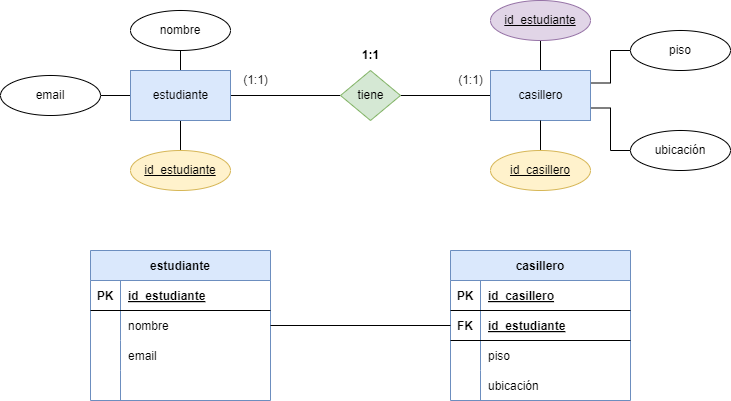
Earlier version of the draw.io export tareas/Unidad-2/tarea-3/images/ejercicio2.drawio.png (aguemarrero/base-datos). Source tidied: cells renumbered, new cells last; positions are measured from the earlier drawing's top-left corner, leaving out a move shared by most shapes. Its diagram source:
```xml
<mxGraphModel>
  <root>
    <mxCell id="0" />
    <mxCell id="1" parent="0" />
    <mxCell id="2" style="edgeStyle=none;html=1;exitX=1;exitY=0.5;exitDx=0;exitDy=0;rounded=0;endArrow=none;endFill=0;" parent="1" edge="1" source="6" target="8">
      <mxGeometry relative="1" as="geometry" />
    </mxCell>
    <mxCell id="3" style="edgeStyle=none;rounded=0;html=1;exitX=0.5;exitY=1;exitDx=0;exitDy=0;endArrow=none;endFill=0;" parent="1" edge="1" source="6" target="16">
      <mxGeometry relative="1" as="geometry" />
    </mxCell>
    <mxCell id="4" style="edgeStyle=none;rounded=0;html=1;exitX=0.5;exitY=0;exitDx=0;exitDy=0;endArrow=none;endFill=0;" parent="1" edge="1" source="6" target="17">
      <mxGeometry relative="1" as="geometry" />
    </mxCell>
    <mxCell id="5" style="edgeStyle=none;rounded=0;html=1;exitX=0;exitY=0.5;exitDx=0;exitDy=0;endArrow=none;endFill=0;" parent="1" edge="1" source="6" target="18">
      <mxGeometry relative="1" as="geometry" />
    </mxCell>
    <mxCell id="6" value="estudiante" style="html=1;dashed=0;whitespace=wrap;fillColor=#dae8fc;strokeColor=#6c8ebf;" parent="1" vertex="1">
      <mxGeometry x="130" y="70" width="100" height="50" as="geometry" />
    </mxCell>
    <mxCell id="7" style="edgeStyle=none;rounded=0;html=1;exitX=1;exitY=0.5;exitDx=0;exitDy=0;entryX=0;entryY=0.5;entryDx=0;entryDy=0;endArrow=none;endFill=0;" parent="1" edge="1" source="8" target="12">
      <mxGeometry relative="1" as="geometry" />
    </mxCell>
    <mxCell id="8" value="tiene" style="shape=rhombus;html=1;dashed=0;whitespace=wrap;perimeter=rhombusPerimeter;fillColor=#d5e8d4;strokeColor=#82b366;" parent="1" vertex="1">
      <mxGeometry x="340" y="70" width="60" height="50" as="geometry" />
    </mxCell>
    <mxCell id="9" style="edgeStyle=none;rounded=0;html=1;exitX=0.5;exitY=0;exitDx=0;exitDy=0;entryX=0.5;entryY=1;entryDx=0;entryDy=0;endArrow=none;endFill=0;" parent="1" edge="1" source="12" target="21">
      <mxGeometry relative="1" as="geometry" />
    </mxCell>
    <mxCell id="10" style="edgeStyle=orthogonalEdgeStyle;rounded=0;html=1;exitX=1;exitY=0.25;exitDx=0;exitDy=0;endArrow=none;endFill=0;entryX=0;entryY=0.5;entryDx=0;entryDy=0;" parent="1" edge="1" source="12" target="22">
      <mxGeometry relative="1" as="geometry" />
    </mxCell>
    <mxCell id="11" style="edgeStyle=orthogonalEdgeStyle;rounded=0;html=1;exitX=1;exitY=0.75;exitDx=0;exitDy=0;entryX=0;entryY=0.5;entryDx=0;entryDy=0;endArrow=none;endFill=0;" parent="1" edge="1" source="12" target="23">
      <mxGeometry relative="1" as="geometry" />
    </mxCell>
    <mxCell id="12" value="casillero" style="html=1;dashed=0;whitespace=wrap;fillColor=#dae8fc;strokeColor=#6c8ebf;" parent="1" vertex="1">
      <mxGeometry x="490" y="70" width="100" height="50" as="geometry" />
    </mxCell>
    <mxCell id="13" value="(1:1)" style="text;html=1;align=center;verticalAlign=middle;strokeColor=none;fillColor=none;" parent="1" vertex="1">
      <mxGeometry x="445" y="65" width="50" height="30" as="geometry" />
    </mxCell>
    <mxCell id="14" value="(1:1)" style="text;html=1;align=center;verticalAlign=middle;strokeColor=none;fillColor=none;" parent="1" vertex="1">
      <mxGeometry x="230" y="65" width="50" height="30" as="geometry" />
    </mxCell>
    <mxCell id="15" value="&lt;b&gt;1:1&lt;/b&gt;" style="text;html=1;align=center;verticalAlign=middle;strokeColor=none;fillColor=none;" parent="1" vertex="1">
      <mxGeometry x="350" y="40" width="40" height="30" as="geometry" />
    </mxCell>
    <mxCell id="16" value="id_estudiante" style="ellipse;whiteSpace=wrap;html=1;align=center;fontStyle=4;fillColor=#fff2cc;strokeColor=#d6b656;" parent="1" vertex="1">
      <mxGeometry x="130" y="150" width="100" height="40" as="geometry" />
    </mxCell>
    <mxCell id="17" value="nombre" style="ellipse;whiteSpace=wrap;html=1;align=center;" parent="1" vertex="1">
      <mxGeometry x="130" y="10" width="100" height="40" as="geometry" />
    </mxCell>
    <mxCell id="18" value="email" style="ellipse;whiteSpace=wrap;html=1;align=center;" parent="1" vertex="1">
      <mxGeometry y="75" width="100" height="40" as="geometry" />
    </mxCell>
    <mxCell id="19" style="edgeStyle=none;rounded=0;html=1;endArrow=none;endFill=0;" parent="1" edge="1" source="20" target="12">
      <mxGeometry relative="1" as="geometry" />
    </mxCell>
    <mxCell id="20" value="id_casillero" style="ellipse;whiteSpace=wrap;html=1;align=center;fontStyle=4;fillColor=#fff2cc;strokeColor=#d6b656;" parent="1" vertex="1">
      <mxGeometry x="490" y="150" width="100" height="40" as="geometry" />
    </mxCell>
    <mxCell id="21" value="id_estudiante" style="ellipse;whiteSpace=wrap;html=1;align=center;fontStyle=4;fillColor=#e1d5e7;strokeColor=#9673a6;" parent="1" vertex="1">
      <mxGeometry x="490" width="100" height="40" as="geometry" />
    </mxCell>
    <mxCell id="22" value="piso&lt;br&gt;" style="ellipse;whiteSpace=wrap;html=1;align=center;" parent="1" vertex="1">
      <mxGeometry x="630" y="30" width="100" height="40" as="geometry" />
    </mxCell>
    <mxCell id="23" value="ubicación" style="ellipse;whiteSpace=wrap;html=1;align=center;" parent="1" vertex="1">
      <mxGeometry x="630" y="130" width="100" height="40" as="geometry" />
    </mxCell>
    <mxCell id="24" value="estudiante" style="shape=table;startSize=30;rowLines=0;fontStyle=1;align=center;fillColor=#dae8fc;strokeColor=#6c8ebf;" parent="1" vertex="1">
      <mxGeometry x="90" y="250" width="180" height="150" as="geometry" />
    </mxCell>
    <mxCell id="25" style="shape=tableRow;horizontal=0;startSize=0;swimlaneHead=0;swimlaneBody=0;fillColor=none;top=0;left=0;right=0;bottom=1;" parent="24" vertex="1">
      <mxGeometry y="30" width="180" height="30" as="geometry" />
    </mxCell>
    <mxCell id="26" value="PK" style="shape=partialRectangle;fillColor=none;top=0;left=0;bottom=0;right=0;fontStyle=1;overflow=hidden;" parent="25" vertex="1">
      <mxGeometry width="30" height="30" as="geometry" />
    </mxCell>
    <mxCell id="27" value="id_estudiante" style="shape=partialRectangle;fillColor=none;top=0;left=0;bottom=0;right=0;align=left;spacingLeft=6;fontStyle=5;overflow=hidden;" parent="25" vertex="1">
      <mxGeometry x="30" width="150" height="30" as="geometry" />
    </mxCell>
    <mxCell id="28" style="shape=tableRow;horizontal=0;startSize=0;swimlaneHead=0;swimlaneBody=0;fillColor=none;points=[[0,0.5],[1,0.5]];portConstraint=eastwest;top=0;left=0;right=0;bottom=0;" parent="24" vertex="1">
      <mxGeometry y="60" width="180" height="30" as="geometry" />
    </mxCell>
    <mxCell id="29" style="shape=partialRectangle;fillColor=none;top=0;left=0;bottom=0;right=0;overflow=hidden;" parent="28" vertex="1">
      <mxGeometry width="30" height="30" as="geometry" />
    </mxCell>
    <mxCell id="30" value="nombre" style="shape=partialRectangle;fillColor=none;top=0;left=0;bottom=0;right=0;align=left;spacingLeft=6;overflow=hidden;" parent="28" vertex="1">
      <mxGeometry x="30" width="150" height="30" as="geometry" />
    </mxCell>
    <mxCell id="31" style="shape=tableRow;horizontal=0;startSize=0;swimlaneHead=0;swimlaneBody=0;fillColor=none;top=0;left=0;right=0;bottom=0;" parent="24" vertex="1">
      <mxGeometry y="90" width="180" height="30" as="geometry" />
    </mxCell>
    <mxCell id="32" style="shape=partialRectangle;fillColor=none;top=0;left=0;bottom=0;right=0;overflow=hidden;" parent="31" vertex="1">
      <mxGeometry width="30" height="30" as="geometry" />
    </mxCell>
    <mxCell id="33" value="email" style="shape=partialRectangle;fillColor=none;top=0;left=0;bottom=0;right=0;align=left;spacingLeft=6;overflow=hidden;" parent="31" vertex="1">
      <mxGeometry x="30" width="150" height="30" as="geometry" />
    </mxCell>
    <mxCell id="34" style="shape=tableRow;horizontal=0;startSize=0;swimlaneHead=0;swimlaneBody=0;fillColor=none;top=0;left=0;right=0;bottom=0;" parent="24" vertex="1">
      <mxGeometry y="120" width="180" height="30" as="geometry" />
    </mxCell>
    <mxCell id="35" style="shape=partialRectangle;fillColor=none;top=0;left=0;bottom=0;right=0;overflow=hidden;" parent="34" vertex="1">
      <mxGeometry width="30" height="30" as="geometry" />
    </mxCell>
    <mxCell id="36" style="shape=partialRectangle;fillColor=none;top=0;left=0;bottom=0;right=0;align=left;spacingLeft=6;overflow=hidden;" parent="34" vertex="1">
      <mxGeometry x="30" width="150" height="30" as="geometry" />
    </mxCell>
    <mxCell id="37" value="casillero" style="shape=table;startSize=30;rowLines=0;fontStyle=1;align=center;fillColor=#dae8fc;strokeColor=#6c8ebf;" parent="1" vertex="1">
      <mxGeometry x="450" y="250" width="180" height="150" as="geometry" />
    </mxCell>
    <mxCell id="38" style="shape=tableRow;horizontal=0;startSize=0;swimlaneHead=0;swimlaneBody=0;fillColor=none;top=0;left=0;right=0;bottom=1;" parent="37" vertex="1">
      <mxGeometry y="30" width="180" height="30" as="geometry" />
    </mxCell>
    <mxCell id="39" value="PK" style="shape=partialRectangle;fillColor=none;top=0;left=0;bottom=0;right=0;fontStyle=1;overflow=hidden;" parent="38" vertex="1">
      <mxGeometry width="30" height="30" as="geometry" />
    </mxCell>
    <mxCell id="40" value="id_casillero" style="shape=partialRectangle;fillColor=none;top=0;left=0;bottom=0;right=0;align=left;spacingLeft=6;fontStyle=5;overflow=hidden;" parent="38" vertex="1">
      <mxGeometry x="30" width="150" height="30" as="geometry" />
    </mxCell>
    <mxCell id="41" style="shape=tableRow;horizontal=0;startSize=0;swimlaneHead=0;swimlaneBody=0;fillColor=none;points=[[0,0.5],[1,0.5]];portConstraint=eastwest;top=0;left=0;right=0;bottom=1;" parent="37" vertex="1">
      <mxGeometry y="60" width="180" height="30" as="geometry" />
    </mxCell>
    <mxCell id="42" value="FK" style="shape=partialRectangle;fillColor=none;top=0;left=0;bottom=0;right=0;fontStyle=1;overflow=hidden;" parent="41" vertex="1">
      <mxGeometry width="30" height="30" as="geometry" />
    </mxCell>
    <mxCell id="43" value="id_estudiante" style="shape=partialRectangle;fillColor=none;top=0;left=0;bottom=0;right=0;align=left;spacingLeft=6;fontStyle=5;overflow=hidden;" parent="41" vertex="1">
      <mxGeometry x="30" width="150" height="30" as="geometry" />
    </mxCell>
    <mxCell id="44" style="shape=tableRow;horizontal=0;startSize=0;swimlaneHead=0;swimlaneBody=0;fillColor=none;top=0;left=0;right=0;bottom=0;" parent="37" vertex="1">
      <mxGeometry y="90" width="180" height="30" as="geometry" />
    </mxCell>
    <mxCell id="45" style="shape=partialRectangle;fillColor=none;top=0;left=0;bottom=0;right=0;overflow=hidden;" parent="44" vertex="1">
      <mxGeometry width="30" height="30" as="geometry" />
    </mxCell>
    <mxCell id="46" value="piso" style="shape=partialRectangle;fillColor=none;top=0;left=0;bottom=0;right=0;align=left;spacingLeft=6;overflow=hidden;" parent="44" vertex="1">
      <mxGeometry x="30" width="150" height="30" as="geometry" />
    </mxCell>
    <mxCell id="47" style="shape=tableRow;horizontal=0;startSize=0;swimlaneHead=0;swimlaneBody=0;fillColor=none;top=0;left=0;right=0;bottom=0;" parent="37" vertex="1">
      <mxGeometry y="120" width="180" height="30" as="geometry" />
    </mxCell>
    <mxCell id="48" style="shape=partialRectangle;fillColor=none;top=0;left=0;bottom=0;right=0;overflow=hidden;" parent="47" vertex="1">
      <mxGeometry width="30" height="30" as="geometry" />
    </mxCell>
    <mxCell id="49" value="ubicación" style="shape=partialRectangle;fillColor=none;top=0;left=0;bottom=0;right=0;align=left;spacingLeft=6;overflow=hidden;" parent="47" vertex="1">
      <mxGeometry x="30" width="150" height="30" as="geometry" />
    </mxCell>
    <mxCell id="50" style="edgeStyle=orthogonalEdgeStyle;rounded=0;html=1;exitX=1;exitY=0.5;exitDx=0;exitDy=0;entryX=0;entryY=0.5;entryDx=0;entryDy=0;endArrow=none;endFill=0;" parent="1" edge="1" source="28" target="41">
      <mxGeometry relative="1" as="geometry" />
    </mxCell>
  </root>
</mxGraphModel>
```
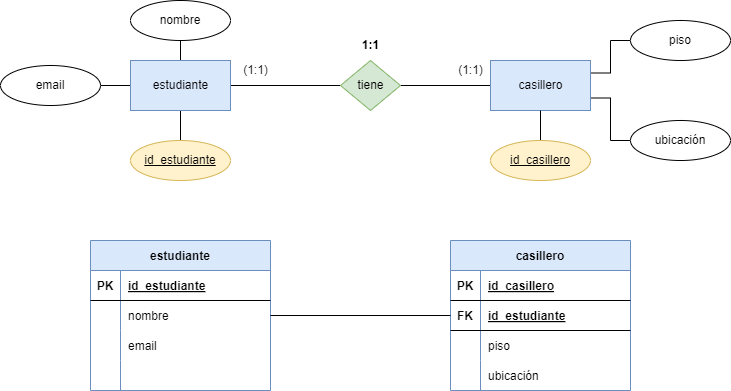
Above is the later version.

Diff of the diagram source:
```diff
@@ -23,9 +23,6 @@
     <mxCell id="8" value="tiene" style="shape=rhombus;html=1;dashed=0;whitespace=wrap;perimeter=rhombusPerimeter;fillColor=#d5e8d4;strokeColor=#82b366;" parent="1" vertex="1">
       <mxGeometry x="340" y="70" width="60" height="50" as="geometry" />
     </mxCell>
-    <mxCell id="9" style="edgeStyle=none;rounded=0;html=1;exitX=0.5;exitY=0;exitDx=0;exitDy=0;entryX=0.5;entryY=1;entryDx=0;entryDy=0;endArrow=none;endFill=0;" parent="1" edge="1" source="12" target="21">
-      <mxGeometry relative="1" as="geometry" />
-    </mxCell>
     <mxCell id="10" style="edgeStyle=orthogonalEdgeStyle;rounded=0;html=1;exitX=1;exitY=0.25;exitDx=0;exitDy=0;endArrow=none;endFill=0;entryX=0;entryY=0.5;entryDx=0;entryDy=0;" parent="1" edge="1" source="12" target="22">
       <mxGeometry relative="1" as="geometry" />
     </mxCell>
@@ -59,9 +56,6 @@
     <mxCell id="20" value="id_casillero" style="ellipse;whiteSpace=wrap;html=1;align=center;fontStyle=4;fillColor=#fff2cc;strokeColor=#d6b656;" parent="1" vertex="1">
       <mxGeometry x="490" y="150" width="100" height="40" as="geometry" />
     </mxCell>
-    <mxCell id="21" value="id_estudiante" style="ellipse;whiteSpace=wrap;html=1;align=center;fontStyle=4;fillColor=#e1d5e7;strokeColor=#9673a6;" parent="1" vertex="1">
-      <mxGeometry x="490" width="100" height="40" as="geometry" />
-    </mxCell>
     <mxCell id="22" value="piso&lt;br&gt;" style="ellipse;whiteSpace=wrap;html=1;align=center;" parent="1" vertex="1">
       <mxGeometry x="630" y="30" width="100" height="40" as="geometry" />
     </mxCell>
```
